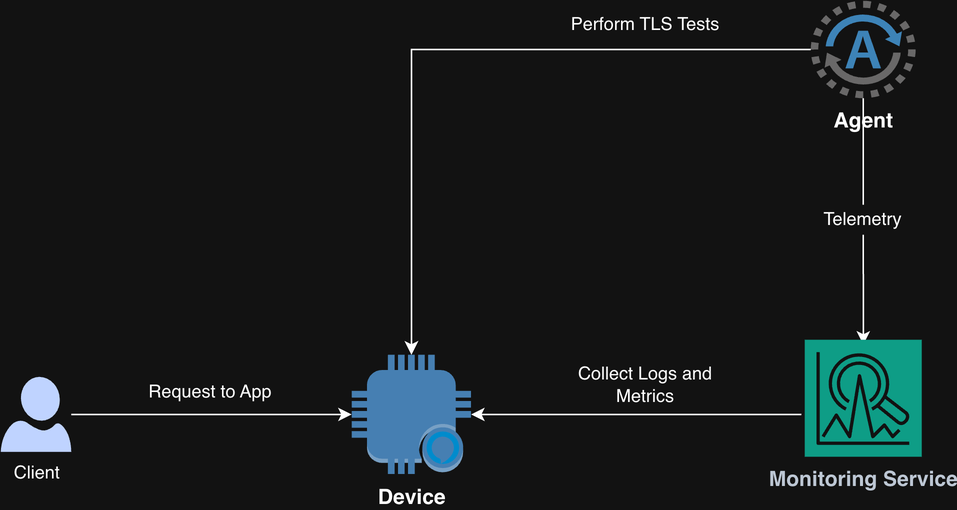
The draw.io diagram img/PQC3.drawio.png in tmmuniz/pqc-tls-agility-telemetry, before a commit. Source tidied: cells renumbered, new cells last; positions are measured from the earlier drawing's top-left corner, leaving out a move shared by most shapes.
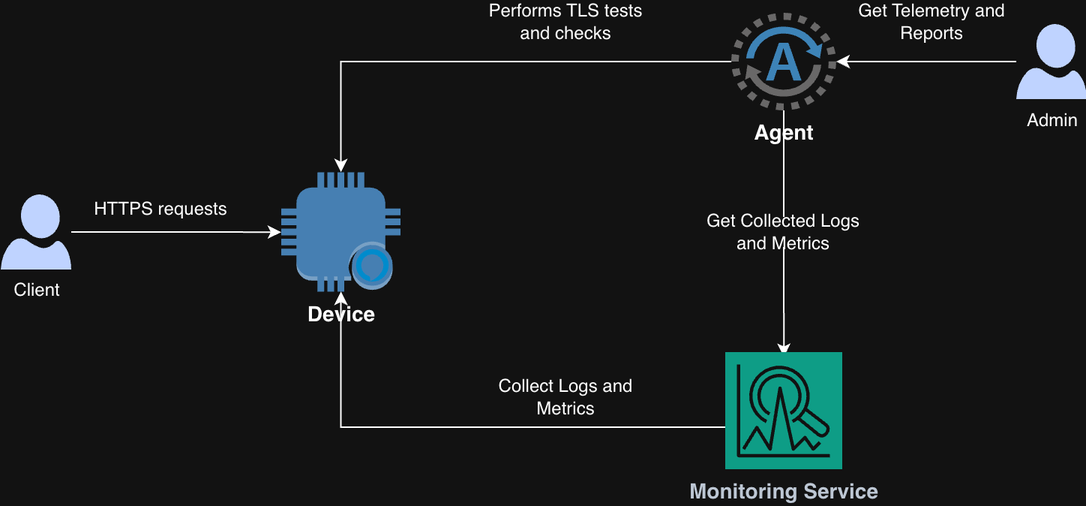
The same diagram one commit later.

The edit, as a diff of the source:
```diff
@@ -6,44 +6,48 @@
       <mxGeometry relative="1" as="geometry" />
     </mxCell>
     <mxCell id="3" value="Client" style="sketch=0;shadow=0;dashed=0;html=1;strokeColor=none;labelPosition=center;verticalLabelPosition=bottom;verticalAlign=top;align=center;fillColor=#00188D;shape=mxgraph.azure.user;" parent="1" vertex="1">
-      <mxGeometry y="250.8" width="47" height="50" as="geometry" />
+      <mxGeometry x="-57" y="121" width="47" height="50" as="geometry" />
     </mxCell>
     <mxCell id="4" value="Device" style="outlineConnect=0;dashed=0;verticalLabelPosition=bottom;verticalAlign=top;align=center;html=1;shape=mxgraph.aws3.alexa_enabled_device;fillColor=#5294CF;gradientColor=none;fontSize=14;fontStyle=1;" parent="1" vertex="1">
-      <mxGeometry x="234" y="236" width="79.5" height="79.5" as="geometry" />
+      <mxGeometry x="130" y="106.2" width="79.5" height="79.5" as="geometry" />
     </mxCell>
-    <mxCell id="5" style="edgeStyle=orthogonalEdgeStyle;rounded=0;jettySize=auto;html=1;" parent="1" edge="1" target="4">
-      <mxGeometry relative="1" as="geometry">
-        <mxPoint x="533.8" y="275.8" as="sourcePoint" />
-      </mxGeometry>
+    <mxCell id="5" style="edgeStyle=orthogonalEdgeStyle;rounded=0;jettySize=auto;html=1;exitX=0.295;exitY=0.641;exitDx=0;exitDy=0;exitPerimeter=0;" parent="1" edge="1" source="11" target="4">
+      <mxGeometry relative="1" as="geometry" />
     </mxCell>
     <mxCell id="6" style="edgeStyle=orthogonalEdgeStyle;rounded=0;jettySize=auto;html=1;" parent="1" edge="1" source="8">
       <mxGeometry relative="1" as="geometry">
-        <mxPoint x="575.1" y="229.2" as="targetPoint" />
+        <mxPoint x="465.1" y="229.2" as="targetPoint" />
       </mxGeometry>
     </mxCell>
     <mxCell id="7" style="edgeStyle=orthogonalEdgeStyle;rounded=0;jettySize=auto;html=1;" parent="1" edge="1" source="8" target="4">
       <mxGeometry relative="1" as="geometry" />
     </mxCell>
     <mxCell id="8" value="Agent" style="shadow=0;dashed=0;html=1;strokeColor=none;fillColor=#4495D1;labelPosition=center;verticalLabelPosition=bottom;verticalAlign=top;align=center;outlineConnect=0;shape=mxgraph.veeam.2d.agent;fontStyle=1;fontSize=14;" parent="1" vertex="1">
-      <mxGeometry x="540" width="70" height="65" as="geometry" />
+      <mxGeometry x="430" width="70" height="65" as="geometry" />
     </mxCell>
-    <mxCell id="9" value="Perform TLS Tests" style="rounded=0;whiteSpace=wrap;html=1;strokeColor=none;" parent="1" vertex="1">
-      <mxGeometry x="370" y="6" width="120" height="20" as="geometry" />
+    <mxCell id="9" value="Performs TLS tests and checks" style="rounded=0;whiteSpace=wrap;html=1;strokeColor=none;" parent="1" vertex="1">
+      <mxGeometry x="260" y="-4" width="120" height="20" as="geometry" />
     </mxCell>
-    <mxCell id="10" style="rounded=0;whiteSpace=wrap;html=1;strokeColor=none;" parent="1" vertex="1">
-      <mxGeometry x="80" y="250.8" width="120" height="20" as="geometry" />
-    </mxCell>
     <mxCell id="11" value="Monitoring Service" style="sketch=0;points=[[0,0,0],[0.25,0,0],[0.5,0,0],[0.75,0,0],[1,0,0],[0,1,0],[0.25,1,0],[0.5,1,0],[0.75,1,0],[1,1,0],[0,0.25,0],[0,0.5,0],[0,0.75,0],[1,0.25,0],[1,0.5,0],[1,0.75,0]];outlineConnect=0;fontColor=#232F3E;fillColor=#01A88D;strokeColor=#ffffff;dashed=0;verticalLabelPosition=bottom;verticalAlign=top;align=center;html=1;fontSize=14;fontStyle=1;shape=mxgraph.aws4.resourceIcon;resIcon=mxgraph.aws4.lookout_for_metrics;" parent="1" vertex="1">
-      <mxGeometry x="536" y="226" width="78" height="78" as="geometry" />
+      <mxGeometry x="426" y="226" width="78" height="78" as="geometry" />
     </mxCell>
-    <mxCell id="12" value="Telemetry" style="rounded=0;whiteSpace=wrap;html=1;strokeColor=none;" parent="1" vertex="1">
-      <mxGeometry x="515" y="136" width="120" height="20" as="geometry" />
+    <mxCell id="12" value="Get Collected Logs and Metrics" style="rounded=0;whiteSpace=wrap;html=1;strokeColor=none;" parent="1" vertex="1">
+      <mxGeometry x="405" y="136" width="120" height="20" as="geometry" />
     </mxCell>
-    <mxCell id="13" value="Request to App" style="rounded=0;whiteSpace=wrap;html=1;strokeColor=none;" parent="1" vertex="1">
-      <mxGeometry x="80" y="250.8" width="120" height="20" as="geometry" />
+    <mxCell id="13" value="HTTPS requests" style="rounded=0;whiteSpace=wrap;html=1;strokeColor=none;" parent="1" vertex="1">
+      <mxGeometry x="-10" y="121" width="120" height="20" as="geometry" />
     </mxCell>
     <mxCell id="14" value="Collect Logs and Metrics" style="rounded=0;whiteSpace=wrap;html=1;strokeColor=none;" parent="1" vertex="1">
-      <mxGeometry x="370" y="246" width="120" height="20" as="geometry" />
+      <mxGeometry x="260" y="246" width="120" height="20" as="geometry" />
     </mxCell>
+    <mxCell id="15" style="edgeStyle=orthogonalEdgeStyle;rounded=0;jettySize=auto;html=1;" parent="1" edge="1" source="16" target="8">
+      <mxGeometry relative="1" as="geometry" />
+    </mxCell>
+    <mxCell id="16" value="Admin&lt;div&gt;&lt;br&gt;&lt;/div&gt;" style="sketch=0;shadow=0;dashed=0;html=1;strokeColor=none;labelPosition=center;verticalLabelPosition=bottom;verticalAlign=top;align=center;fillColor=#00188D;shape=mxgraph.azure.user;" parent="1" vertex="1">
+      <mxGeometry x="620" y="7.5" width="47" height="50" as="geometry" />
+    </mxCell>
+    <mxCell id="17" value="Get Telemetry and Reports" style="rounded=0;whiteSpace=wrap;html=1;strokeColor=none;" parent="1" vertex="1">
+      <mxGeometry x="504" y="-4" width="120" height="20" as="geometry" />
+    </mxCell>
   </root>
 </mxGraphModel>
```
